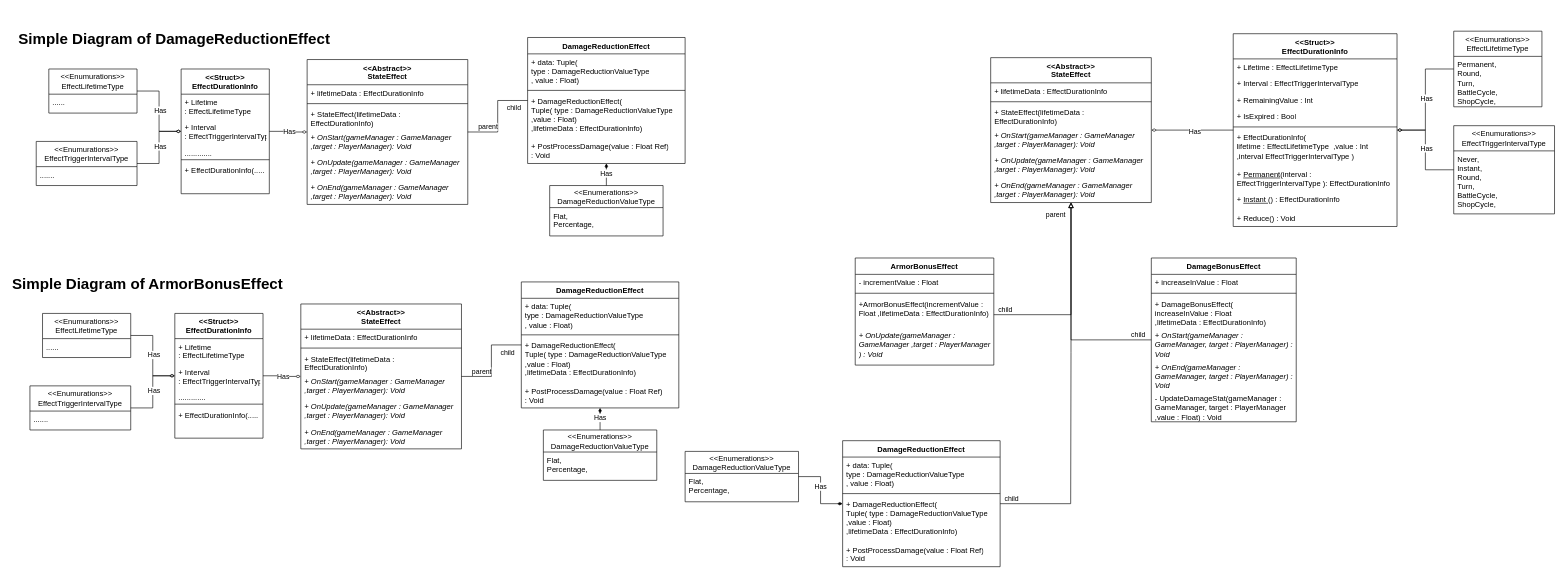
Earlier version of the draw.io diagram page "StateEffect" (5 of 6) of GameUMLDiagram.drawio (JuenWeiHashcode/GameDocumentation). Source tidied: cells renumbered, new cells numbered last; positions are measured from the earlier drawing's top-left corner, leaving out a move shared by most shapes. Both pictures are drawn from the tidied source at 63%, with x=0, y=0 at pixel (11, 26).
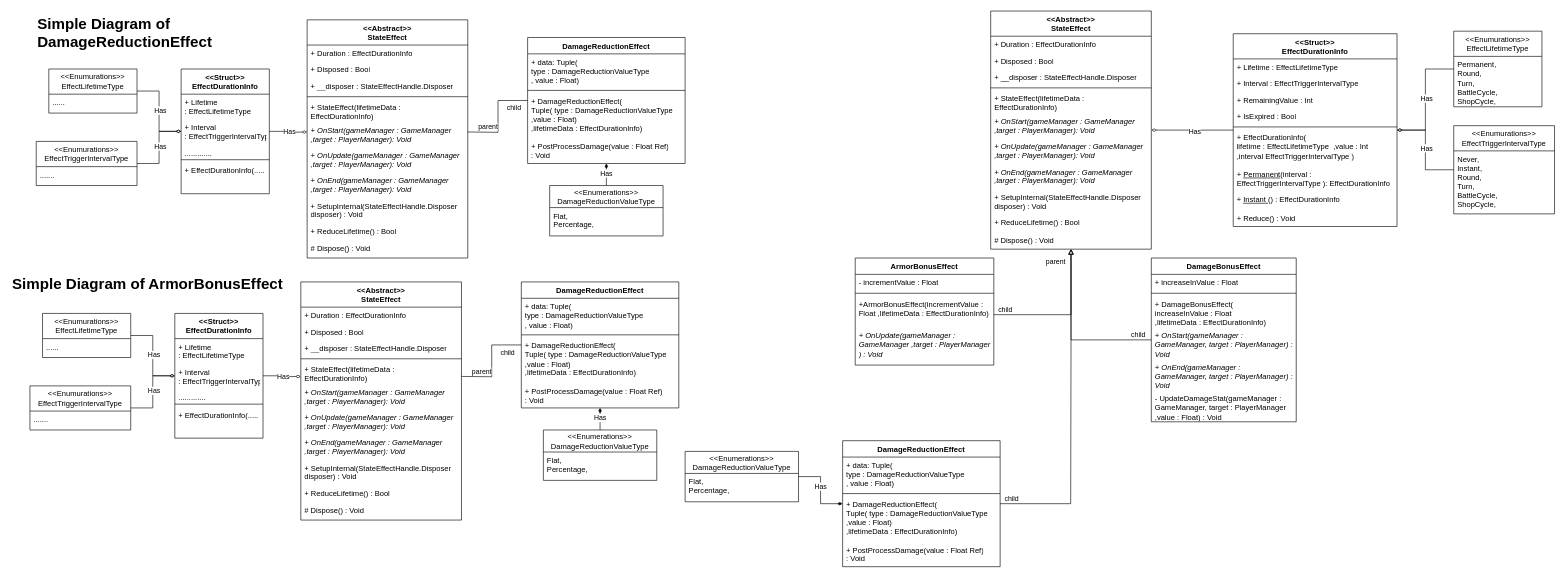
After the change.

The change refers to these unchanged cells:
```xml
<mxCell id="64" value="&lt;div&gt;&amp;lt;&amp;lt;Struct&amp;gt;&amp;gt;&lt;/div&gt;EffectDurationInfo" style="swimlane;fontStyle=1;align=center;verticalAlign=top;horizontal=1;startSize=40;whiteSpace=wrap;html=1;" parent="1" vertex="1">
  <mxGeometry x="270" y="68" width="140" height="198" as="geometry" />
</mxCell>
<mxCell id="84" value="DamageReductionEffect" style="swimlane;fontStyle=1;align=center;verticalAlign=top;horizontal=1;startSize=26;whiteSpace=wrap;html=1;" parent="1" vertex="1">
  <mxGeometry x="820" y="18" width="250" height="200" as="geometry" />
</mxCell>
<mxCell id="100" value="&lt;div&gt;&amp;lt;&amp;lt;Struct&amp;gt;&amp;gt;&lt;/div&gt;EffectDurationInfo" style="swimlane;fontStyle=1;align=center;verticalAlign=top;horizontal=1;startSize=40;whiteSpace=wrap;html=1;" parent="1" vertex="1">
  <mxGeometry x="260" y="456" width="140" height="198" as="geometry" />
</mxCell>
<mxCell id="120" value="DamageReductionEffect" style="swimlane;fontStyle=1;align=center;verticalAlign=top;horizontal=1;startSize=26;whiteSpace=wrap;html=1;" parent="1" vertex="1">
  <mxGeometry x="810" y="406" width="250" height="200" as="geometry" />
</mxCell>
```

What changed in the source:
```diff
@@
     <mxCell id="2" value="&lt;div&gt;&amp;lt;&amp;lt;Abstract&amp;gt;&amp;gt;&lt;/div&gt;StateEffect" style="swimlane;fontStyle=1;align=center;verticalAlign=top;horizontal=1;startSize=40;whiteSpace=wrap;html=1;" parent="1" vertex="1">
-      <mxGeometry x="1555" y="50" width="255" height="230" as="geometry" />
+      <mxGeometry x="1555" y="-24" width="255" height="378" as="geometry" />
     </mxCell>
-    <mxCell id="3" value="+ lifetimeData : EffectDurationInfo" style="text;strokeColor=none;fillColor=none;align=left;verticalAlign=top;spacingLeft=4;spacingRight=4;overflow=hidden;whiteSpace=wrap;html=1;" parent="2" vertex="1">
+    <mxCell id="3" value="+ Duration : EffectDurationInfo" style="text;strokeColor=none;fillColor=none;align=left;verticalAlign=top;spacingLeft=4;spacingRight=4;overflow=hidden;whiteSpace=wrap;html=1;" parent="2" vertex="1">
       <mxGeometry y="40" width="255" height="26" as="geometry" />
     </mxCell>
+    <mxCell id="129" value="+ Disposed : Bool" style="text;strokeColor=none;fillColor=none;align=left;verticalAlign=top;spacingLeft=4;spacingRight=4;overflow=hidden;whiteSpace=wrap;html=1;" parent="2" vertex="1">
+      <mxGeometry y="66" width="255" height="26" as="geometry" />
+    </mxCell>
+    <mxCell id="130" value="+ __disposer : StateEffectHandle.Disposer" style="text;strokeColor=none;fillColor=none;align=left;verticalAlign=top;spacingLeft=4;spacingRight=4;overflow=hidden;whiteSpace=wrap;html=1;" parent="2" vertex="1">
+      <mxGeometry y="92" width="255" height="26" as="geometry" />
+    </mxCell>
     <mxCell id="4" style="line;strokeWidth=1;fillColor=none;align=left;verticalAlign=middle;spacingTop=-1;spacingLeft=3;spacingRight=3;labelPosition=right;strokeColor=inherit;" parent="2" vertex="1">
-      <mxGeometry y="66" width="255" height="8" as="geometry" />
+      <mxGeometry y="118" width="255" height="8" as="geometry" />
     </mxCell>
     <mxCell id="5" value="+ StateEffect(lifetimeData : EffectDurationInfo)" style="text;strokeColor=none;fillColor=none;align=left;verticalAlign=top;spacingLeft=4;spacingRight=4;overflow=hidden;whiteSpace=wrap;html=1;" parent="2" vertex="1">
-      <mxGeometry y="74" width="255" height="36" as="geometry" />
+      <mxGeometry y="126" width="255" height="36" as="geometry" />
     </mxCell>
     <mxCell id="6" value="+ OnStart(gameManager : GameManager ,target : PlayerManager): Void" style="text;strokeColor=none;fillColor=none;align=left;verticalAlign=top;spacingLeft=4;spacingRight=4;overflow=hidden;whiteSpace=wrap;html=1;fontStyle=2;" parent="2" vertex="1">
-      <mxGeometry y="110" width="255" height="40" as="geometry" />
+      <mxGeometry y="162" width="255" height="40" as="geometry" />
     </mxCell>
     <mxCell id="7" value="+ OnUpdate(gameManager : GameManager ,target : PlayerManager): Void" style="text;strokeColor=none;fillColor=none;align=left;verticalAlign=top;spacingLeft=4;spacingRight=4;overflow=hidden;whiteSpace=wrap;html=1;fontStyle=2;" parent="2" vertex="1">
-      <mxGeometry y="150" width="255" height="40" as="geometry" />
+      <mxGeometry y="202" width="255" height="40" as="geometry" />
     </mxCell>
     <mxCell id="8" value="+ OnEnd(gameManager : GameManager ,target : PlayerManager): Void" style="text;strokeColor=none;fillColor=none;align=left;verticalAlign=top;spacingLeft=4;spacingRight=4;overflow=hidden;whiteSpace=wrap;html=1;fontStyle=2;" parent="2" vertex="1">
-      <mxGeometry y="190" width="255" height="40" as="geometry" />
+      <mxGeometry y="242" width="255" height="40" as="geometry" />
     </mxCell>
+    <mxCell id="131" value="&lt;span style=&quot;font-style: normal;&quot;&gt;+ SetupInternal(StateEffectHandle.Disposer disposer) : Void&lt;/span&gt;" style="text;strokeColor=none;fillColor=none;align=left;verticalAlign=top;spacingLeft=4;spacingRight=4;overflow=hidden;whiteSpace=wrap;html=1;fontStyle=2;" parent="2" vertex="1">
+      <mxGeometry y="282" width="255" height="40" as="geometry" />
+    </mxCell>
+    <mxCell id="132" value="&lt;span style=&quot;font-style: normal;&quot;&gt;+&amp;nbsp;ReduceLifetime() : Bool&lt;/span&gt;" style="text;strokeColor=none;fillColor=none;align=left;verticalAlign=top;spacingLeft=4;spacingRight=4;overflow=hidden;whiteSpace=wrap;html=1;fontStyle=2;" parent="2" vertex="1">
+      <mxGeometry y="322" width="255" height="28" as="geometry" />
+    </mxCell>
+    <mxCell id="133" value="&lt;span style=&quot;font-style: normal;&quot;&gt;# Dispose() : Void&lt;/span&gt;" style="text;strokeColor=none;fillColor=none;align=left;verticalAlign=top;spacingLeft=4;spacingRight=4;overflow=hidden;whiteSpace=wrap;html=1;fontStyle=2;" parent="2" vertex="1">
+      <mxGeometry y="350" width="255" height="28" as="geometry" />
+    </mxCell>
@@
-    <mxCell id="57" value="&lt;div&gt;&amp;lt;&amp;lt;Abstract&amp;gt;&amp;gt;&lt;/div&gt;StateEffect" style="swimlane;fontStyle=1;align=center;verticalAlign=top;horizontal=1;startSize=40;whiteSpace=wrap;html=1;" parent="1" vertex="1">
-      <mxGeometry x="470" y="53" width="255" height="230" as="geometry" />
-    </mxCell>
-    <mxCell id="58" value="+ lifetimeData : EffectDurationInfo" style="text;strokeColor=none;fillColor=none;align=left;verticalAlign=top;spacingLeft=4;spacingRight=4;overflow=hidden;whiteSpace=wrap;html=1;" parent="57" vertex="1">
-      <mxGeometry y="40" width="255" height="26" as="geometry" />
-    </mxCell>
-    <mxCell id="59" style="line;strokeWidth=1;fillColor=none;align=left;verticalAlign=middle;spacingTop=-1;spacingLeft=3;spacingRight=3;labelPosition=right;strokeColor=inherit;" parent="57" vertex="1">
-      <mxGeometry y="66" width="255" height="8" as="geometry" />
-    </mxCell>
-    <mxCell id="60" value="+ StateEffect(lifetimeData : EffectDurationInfo)" style="text;strokeColor=none;fillColor=none;align=left;verticalAlign=top;spacingLeft=4;spacingRight=4;overflow=hidden;whiteSpace=wrap;html=1;" parent="57" vertex="1">
-      <mxGeometry y="74" width="255" height="36" as="geometry" />
-    </mxCell>
-    <mxCell id="61" value="+ OnStart(gameManager : GameManager ,target : PlayerManager): Void" style="text;strokeColor=none;fillColor=none;align=left;verticalAlign=top;spacingLeft=4;spacingRight=4;overflow=hidden;whiteSpace=wrap;html=1;fontStyle=2;" parent="57" vertex="1">
-      <mxGeometry y="110" width="255" height="40" as="geometry" />
-    </mxCell>
-    <mxCell id="62" value="+ OnUpdate(gameManager : GameManager ,target : PlayerManager): Void" style="text;strokeColor=none;fillColor=none;align=left;verticalAlign=top;spacingLeft=4;spacingRight=4;overflow=hidden;whiteSpace=wrap;html=1;fontStyle=2;" parent="57" vertex="1">
-      <mxGeometry y="150" width="255" height="40" as="geometry" />
-    </mxCell>
-    <mxCell id="63" value="+ OnEnd(gameManager : GameManager ,target : PlayerManager): Void" style="text;strokeColor=none;fillColor=none;align=left;verticalAlign=top;spacingLeft=4;spacingRight=4;overflow=hidden;whiteSpace=wrap;html=1;fontStyle=2;" parent="57" vertex="1">
-      <mxGeometry y="190" width="255" height="40" as="geometry" />
-    </mxCell>
@@
-    <mxCell id="78" style="edgeStyle=orthogonalEdgeStyle;rounded=0;jettySize=auto;html=1;endArrow=diamondThin;endFill=0;" parent="1" edge="1" source="64" target="57">
-      <mxGeometry relative="1" as="geometry" />
+    <mxCell id="78" style="edgeStyle=orthogonalEdgeStyle;rounded=0;jettySize=auto;html=1;endArrow=diamondThin;endFill=0;" parent="1" edge="1" source="64">
+      <mxGeometry relative="1" as="geometry">
+        <mxPoint x="470" y="168" as="targetPoint" />
+      </mxGeometry>
     </mxCell>
@@
-    <mxCell id="80" style="endArrow=none;html=1;edgeStyle=orthogonalEdgeStyle;rounded=0;" parent="1" edge="1" source="57" target="84">
-      <mxGeometry relative="1" as="geometry" />
+    <mxCell id="80" style="endArrow=none;html=1;edgeStyle=orthogonalEdgeStyle;rounded=0;" parent="1" edge="1" target="84">
+      <mxGeometry relative="1" as="geometry">
+        <mxPoint x="725" y="168" as="sourcePoint" />
+      </mxGeometry>
     </mxCell>
@@
     <mxCell id="83" value="&lt;h1 style=&quot;margin-top: 0px;&quot;&gt;Simple Diagram of DamageReductionEffect&lt;/h1&gt;" style="text;html=1;whiteSpace=wrap;overflow=hidden;rounded=0;" parent="1" vertex="1">
-      <mxGeometry x="10" width="580" height="50" as="geometry" />
+      <mxGeometry x="40" y="-24" width="420" height="70" as="geometry" />
     </mxCell>
@@
-    <mxCell id="93" value="&lt;div&gt;&amp;lt;&amp;lt;Abstract&amp;gt;&amp;gt;&lt;/div&gt;StateEffect" style="swimlane;fontStyle=1;align=center;verticalAlign=top;horizontal=1;startSize=40;whiteSpace=wrap;html=1;" parent="1" vertex="1">
-      <mxGeometry x="460" y="441" width="255" height="230" as="geometry" />
-    </mxCell>
-    <mxCell id="94" value="+ lifetimeData : EffectDurationInfo" style="text;strokeColor=none;fillColor=none;align=left;verticalAlign=top;spacingLeft=4;spacingRight=4;overflow=hidden;whiteSpace=wrap;html=1;" parent="93" vertex="1">
-      <mxGeometry y="40" width="255" height="26" as="geometry" />
-    </mxCell>
-    <mxCell id="95" style="line;strokeWidth=1;fillColor=none;align=left;verticalAlign=middle;spacingTop=-1;spacingLeft=3;spacingRight=3;labelPosition=right;strokeColor=inherit;" parent="93" vertex="1">
-      <mxGeometry y="66" width="255" height="8" as="geometry" />
-    </mxCell>
-    <mxCell id="96" value="+ StateEffect(lifetimeData : EffectDurationInfo)" style="text;strokeColor=none;fillColor=none;align=left;verticalAlign=top;spacingLeft=4;spacingRight=4;overflow=hidden;whiteSpace=wrap;html=1;" parent="93" vertex="1">
-      <mxGeometry y="74" width="255" height="36" as="geometry" />
-    </mxCell>
-    <mxCell id="97" value="+ OnStart(gameManager : GameManager ,target : PlayerManager): Void" style="text;strokeColor=none;fillColor=none;align=left;verticalAlign=top;spacingLeft=4;spacingRight=4;overflow=hidden;whiteSpace=wrap;html=1;fontStyle=2;" parent="93" vertex="1">
-      <mxGeometry y="110" width="255" height="40" as="geometry" />
-    </mxCell>
-    <mxCell id="98" value="+ OnUpdate(gameManager : GameManager ,target : PlayerManager): Void" style="text;strokeColor=none;fillColor=none;align=left;verticalAlign=top;spacingLeft=4;spacingRight=4;overflow=hidden;whiteSpace=wrap;html=1;fontStyle=2;" parent="93" vertex="1">
-      <mxGeometry y="150" width="255" height="40" as="geometry" />
-    </mxCell>
-    <mxCell id="99" value="+ OnEnd(gameManager : GameManager ,target : PlayerManager): Void" style="text;strokeColor=none;fillColor=none;align=left;verticalAlign=top;spacingLeft=4;spacingRight=4;overflow=hidden;whiteSpace=wrap;html=1;fontStyle=2;" parent="93" vertex="1">
-      <mxGeometry y="190" width="255" height="40" as="geometry" />
-    </mxCell>
@@
-    <mxCell id="114" style="edgeStyle=orthogonalEdgeStyle;rounded=0;jettySize=auto;html=1;endArrow=diamondThin;endFill=0;" parent="1" edge="1" source="100" target="93">
-      <mxGeometry relative="1" as="geometry" />
+    <mxCell id="114" style="edgeStyle=orthogonalEdgeStyle;rounded=0;jettySize=auto;html=1;endArrow=diamondThin;endFill=0;" parent="1" edge="1" source="100">
+      <mxGeometry relative="1" as="geometry">
+        <mxPoint x="460" y="556" as="targetPoint" />
+      </mxGeometry>
     </mxCell>
@@
-    <mxCell id="116" style="endArrow=none;html=1;edgeStyle=orthogonalEdgeStyle;rounded=0;" parent="1" edge="1" source="93" target="120">
-      <mxGeometry relative="1" as="geometry" />
+    <mxCell id="116" style="endArrow=none;html=1;edgeStyle=orthogonalEdgeStyle;rounded=0;" parent="1" edge="1" target="120">
+      <mxGeometry relative="1" as="geometry">
+        <mxPoint x="715" y="556" as="sourcePoint" />
+      </mxGeometry>
     </mxCell>
@@
+    <mxCell id="134" value="&lt;div&gt;&amp;lt;&amp;lt;Abstract&amp;gt;&amp;gt;&lt;/div&gt;StateEffect" style="swimlane;fontStyle=1;align=center;verticalAlign=top;horizontal=1;startSize=40;whiteSpace=wrap;html=1;" parent="1" vertex="1">
+      <mxGeometry x="470" y="-10" width="255" height="378" as="geometry" />
+    </mxCell>
+    <mxCell id="135" value="+ Duration : EffectDurationInfo" style="text;strokeColor=none;fillColor=none;align=left;verticalAlign=top;spacingLeft=4;spacingRight=4;overflow=hidden;whiteSpace=wrap;html=1;" parent="134" vertex="1">
+      <mxGeometry y="40" width="255" height="26" as="geometry" />
+    </mxCell>
+    <mxCell id="136" value="+ Disposed : Bool" style="text;strokeColor=none;fillColor=none;align=left;verticalAlign=top;spacingLeft=4;spacingRight=4;overflow=hidden;whiteSpace=wrap;html=1;" parent="134" vertex="1">
+      <mxGeometry y="66" width="255" height="26" as="geometry" />
+    </mxCell>
+    <mxCell id="137" value="+ __disposer : StateEffectHandle.Disposer" style="text;strokeColor=none;fillColor=none;align=left;verticalAlign=top;spacingLeft=4;spacingRight=4;overflow=hidden;whiteSpace=wrap;html=1;" parent="134" vertex="1">
+      <mxGeometry y="92" width="255" height="26" as="geometry" />
+    </mxCell>
+    <mxCell id="138" style="line;strokeWidth=1;fillColor=none;align=left;verticalAlign=middle;spacingTop=-1;spacingLeft=3;spacingRight=3;labelPosition=right;strokeColor=inherit;" parent="134" vertex="1">
+      <mxGeometry y="118" width="255" height="8" as="geometry" />
+    </mxCell>
+    <mxCell id="139" value="+ StateEffect(lifetimeData : EffectDurationInfo)" style="text;strokeColor=none;fillColor=none;align=left;verticalAlign=top;spacingLeft=4;spacingRight=4;overflow=hidden;whiteSpace=wrap;html=1;" parent="134" vertex="1">
+      <mxGeometry y="126" width="255" height="36" as="geometry" />
+    </mxCell>
+    <mxCell id="140" value="+ OnStart(gameManager : GameManager ,target : PlayerManager): Void" style="text;strokeColor=none;fillColor=none;align=left;verticalAlign=top;spacingLeft=4;spacingRight=4;overflow=hidden;whiteSpace=wrap;html=1;fontStyle=2;" parent="134" vertex="1">
+      <mxGeometry y="162" width="255" height="40" as="geometry" />
+    </mxCell>
+    <mxCell id="141" value="+ OnUpdate(gameManager : GameManager ,target : PlayerManager): Void" style="text;strokeColor=none;fillColor=none;align=left;verticalAlign=top;spacingLeft=4;spacingRight=4;overflow=hidden;whiteSpace=wrap;html=1;fontStyle=2;" parent="134" vertex="1">
+      <mxGeometry y="202" width="255" height="40" as="geometry" />
+    </mxCell>
+    <mxCell id="142" value="+ OnEnd(gameManager : GameManager ,target : PlayerManager): Void" style="text;strokeColor=none;fillColor=none;align=left;verticalAlign=top;spacingLeft=4;spacingRight=4;overflow=hidden;whiteSpace=wrap;html=1;fontStyle=2;" parent="134" vertex="1">
+      <mxGeometry y="242" width="255" height="40" as="geometry" />
+    </mxCell>
+    <mxCell id="143" value="&lt;span style=&quot;font-style: normal;&quot;&gt;+ SetupInternal(StateEffectHandle.Disposer disposer) : Void&lt;/span&gt;" style="text;strokeColor=none;fillColor=none;align=left;verticalAlign=top;spacingLeft=4;spacingRight=4;overflow=hidden;whiteSpace=wrap;html=1;fontStyle=2;" parent="134" vertex="1">
+      <mxGeometry y="282" width="255" height="40" as="geometry" />
+    </mxCell>
+    <mxCell id="144" value="&lt;span style=&quot;font-style: normal;&quot;&gt;+&amp;nbsp;ReduceLifetime() : Bool&lt;/span&gt;" style="text;strokeColor=none;fillColor=none;align=left;verticalAlign=top;spacingLeft=4;spacingRight=4;overflow=hidden;whiteSpace=wrap;html=1;fontStyle=2;" parent="134" vertex="1">
+      <mxGeometry y="322" width="255" height="28" as="geometry" />
+    </mxCell>
+    <mxCell id="145" value="&lt;span style=&quot;font-style: normal;&quot;&gt;# Dispose() : Void&lt;/span&gt;" style="text;strokeColor=none;fillColor=none;align=left;verticalAlign=top;spacingLeft=4;spacingRight=4;overflow=hidden;whiteSpace=wrap;html=1;fontStyle=2;" parent="134" vertex="1">
+      <mxGeometry y="350" width="255" height="28" as="geometry" />
+    </mxCell>
+    <mxCell id="146" value="&lt;div&gt;&amp;lt;&amp;lt;Abstract&amp;gt;&amp;gt;&lt;/div&gt;StateEffect" style="swimlane;fontStyle=1;align=center;verticalAlign=top;horizontal=1;startSize=40;whiteSpace=wrap;html=1;" parent="1" vertex="1">
+      <mxGeometry x="460" y="406" width="255" height="378" as="geometry" />
+    </mxCell>
+    <mxCell id="147" value="+ Duration : EffectDurationInfo" style="text;strokeColor=none;fillColor=none;align=left;verticalAlign=top;spacingLeft=4;spacingRight=4;overflow=hidden;whiteSpace=wrap;html=1;" parent="146" vertex="1">
+      <mxGeometry y="40" width="255" height="26" as="geometry" />
+    </mxCell>
+    <mxCell id="148" value="+ Disposed : Bool" style="text;strokeColor=none;fillColor=none;align=left;verticalAlign=top;spacingLeft=4;spacingRight=4;overflow=hidden;whiteSpace=wrap;html=1;" parent="146" vertex="1">
+      <mxGeometry y="66" width="255" height="26" as="geometry" />
+    </mxCell>
+    <mxCell id="149" value="+ __disposer : StateEffectHandle.Disposer" style="text;strokeColor=none;fillColor=none;align=left;verticalAlign=top;spacingLeft=4;spacingRight=4;overflow=hidden;whiteSpace=wrap;html=1;" parent="146" vertex="1">
+      <mxGeometry y="92" width="255" height="26" as="geometry" />
+    </mxCell>
+    <mxCell id="150" style="line;strokeWidth=1;fillColor=none;align=left;verticalAlign=middle;spacingTop=-1;spacingLeft=3;spacingRight=3;labelPosition=right;strokeColor=inherit;" parent="146" vertex="1">
+      <mxGeometry y="118" width="255" height="8" as="geometry" />
+    </mxCell>
+    <mxCell id="151" value="+ StateEffect(lifetimeData : EffectDurationInfo)" style="text;strokeColor=none;fillColor=none;align=left;verticalAlign=top;spacingLeft=4;spacingRight=4;overflow=hidden;whiteSpace=wrap;html=1;" parent="146" vertex="1">
+      <mxGeometry y="126" width="255" height="36" as="geometry" />
+    </mxCell>
+    <mxCell id="152" value="+ OnStart(gameManager : GameManager ,target : PlayerManager): Void" style="text;strokeColor=none;fillColor=none;align=left;verticalAlign=top;spacingLeft=4;spacingRight=4;overflow=hidden;whiteSpace=wrap;html=1;fontStyle=2;" parent="146" vertex="1">
+      <mxGeometry y="162" width="255" height="40" as="geometry" />
+    </mxCell>
+    <mxCell id="153" value="+ OnUpdate(gameManager : GameManager ,target : PlayerManager): Void" style="text;strokeColor=none;fillColor=none;align=left;verticalAlign=top;spacingLeft=4;spacingRight=4;overflow=hidden;whiteSpace=wrap;html=1;fontStyle=2;" parent="146" vertex="1">
+      <mxGeometry y="202" width="255" height="40" as="geometry" />
+    </mxCell>
+    <mxCell id="154" value="+ OnEnd(gameManager : GameManager ,target : PlayerManager): Void" style="text;strokeColor=none;fillColor=none;align=left;verticalAlign=top;spacingLeft=4;spacingRight=4;overflow=hidden;whiteSpace=wrap;html=1;fontStyle=2;" parent="146" vertex="1">
+      <mxGeometry y="242" width="255" height="40" as="geometry" />
+    </mxCell>
+    <mxCell id="155" value="&lt;span style=&quot;font-style: normal;&quot;&gt;+ SetupInternal(StateEffectHandle.Disposer disposer) : Void&lt;/span&gt;" style="text;strokeColor=none;fillColor=none;align=left;verticalAlign=top;spacingLeft=4;spacingRight=4;overflow=hidden;whiteSpace=wrap;html=1;fontStyle=2;" parent="146" vertex="1">
+      <mxGeometry y="282" width="255" height="40" as="geometry" />
+    </mxCell>
+    <mxCell id="156" value="&lt;span style=&quot;font-style: normal;&quot;&gt;+&amp;nbsp;ReduceLifetime() : Bool&lt;/span&gt;" style="text;strokeColor=none;fillColor=none;align=left;verticalAlign=top;spacingLeft=4;spacingRight=4;overflow=hidden;whiteSpace=wrap;html=1;fontStyle=2;" parent="146" vertex="1">
+      <mxGeometry y="322" width="255" height="28" as="geometry" />
+    </mxCell>
+    <mxCell id="157" value="&lt;span style=&quot;font-style: normal;&quot;&gt;# Dispose() : Void&lt;/span&gt;" style="text;strokeColor=none;fillColor=none;align=left;verticalAlign=top;spacingLeft=4;spacingRight=4;overflow=hidden;whiteSpace=wrap;html=1;fontStyle=2;" parent="146" vertex="1">
+      <mxGeometry y="350" width="255" height="28" as="geometry" />
+    </mxCell>
```
